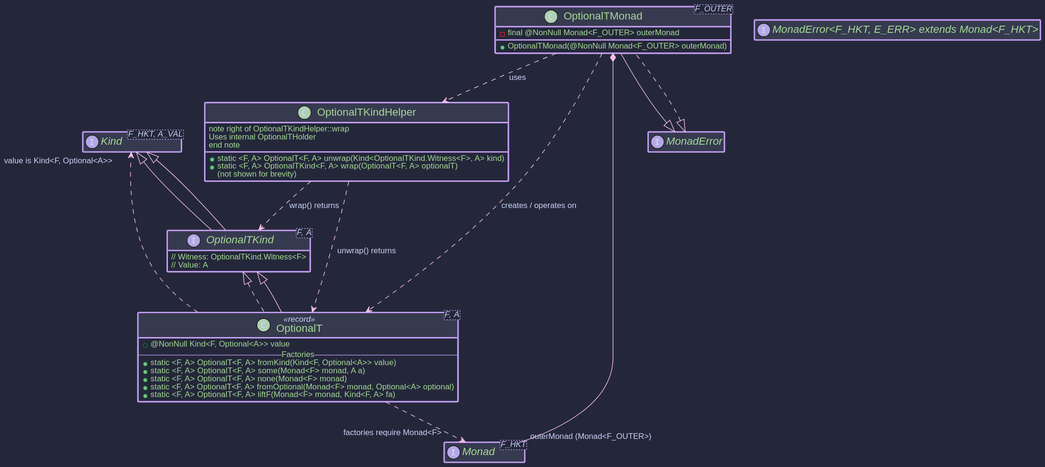
higher-kinded-j/higher-kinded-j keeps this PlantUML diagram as hkj-book/src/images/puml/optional_t_transformer.svg. Above is the earlier version.
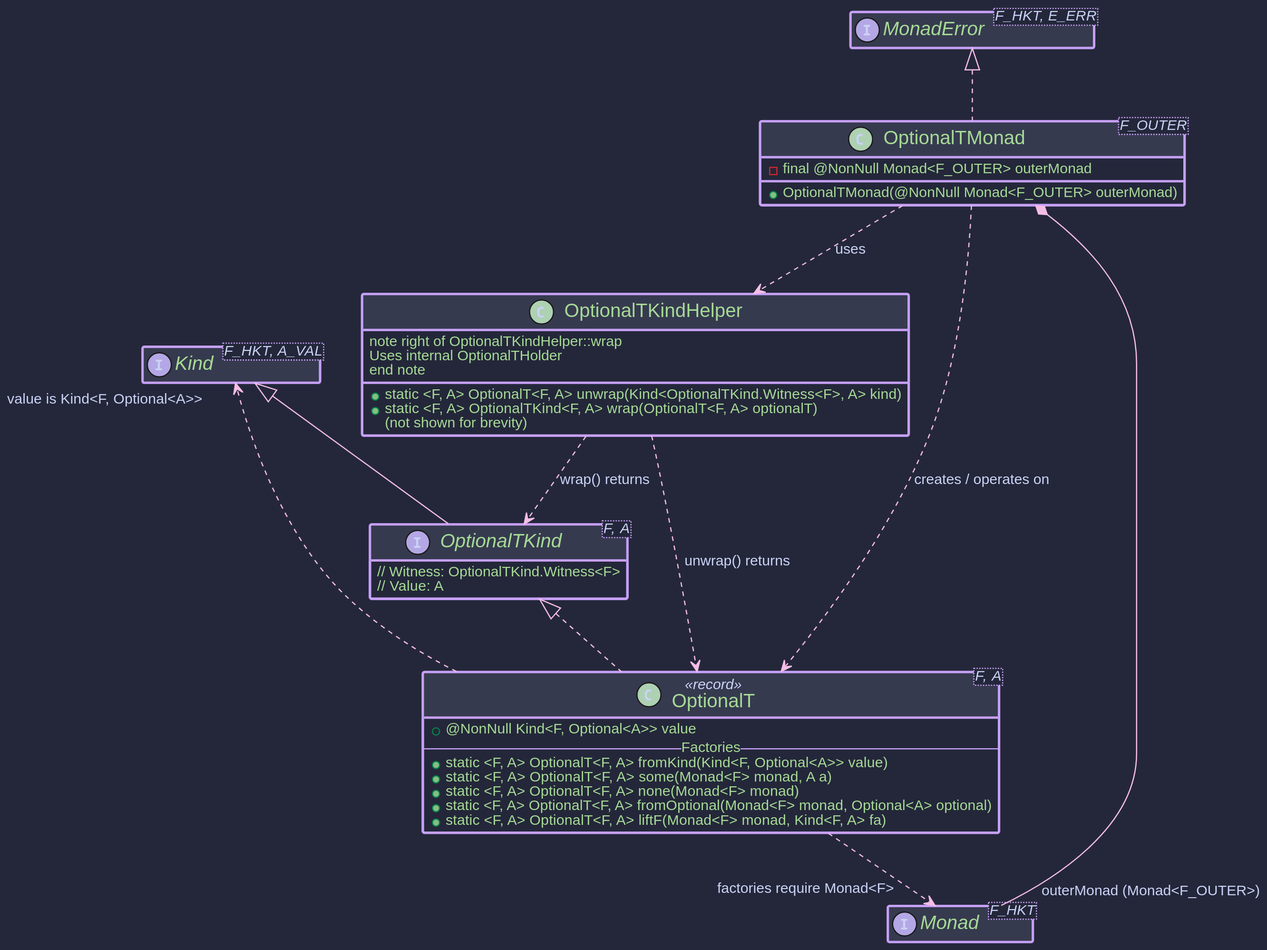
After the change.

The edit, as a diff of the source:
```diff
@@ -3,10 +3,9 @@
 
 hide empty members
 
-
 interface Kind<F_HKT, A_VAL>
 interface Monad<F_HKT>
-interface "MonadError<F_HKT, E_ERR> extends Monad<F_HKT>"
+interface "MonadError<F_HKT, E_ERR>" as MonadError
 
   class OptionalT<F, A> <<record>> implements OptionalTKind<F, A> {
     + @NonNull Kind<F, Optional<A>> value
@@ -38,7 +37,7 @@
     end note
   }
 
-  OptionalTMonad --|> MonadError
+
   OptionalTMonad *-- "outerMonad (Monad<F_OUTER>)" Monad
   OptionalTMonad ..> OptionalTKindHelper : uses
   OptionalTMonad ..> OptionalT : creates / operates on
@@ -46,9 +45,7 @@
   OptionalTKindHelper ..> OptionalT : unwrap() returns
   OptionalTKindHelper ..> OptionalTKind : wrap() returns
 
-  OptionalT --|> OptionalTKind
+
   OptionalT ..> "value is Kind<F, Optional<A>>" Kind
   OptionalT ..> "factories require Monad<F>" Monad
-
-  OptionalTKind --|> Kind
 @enduml
```
